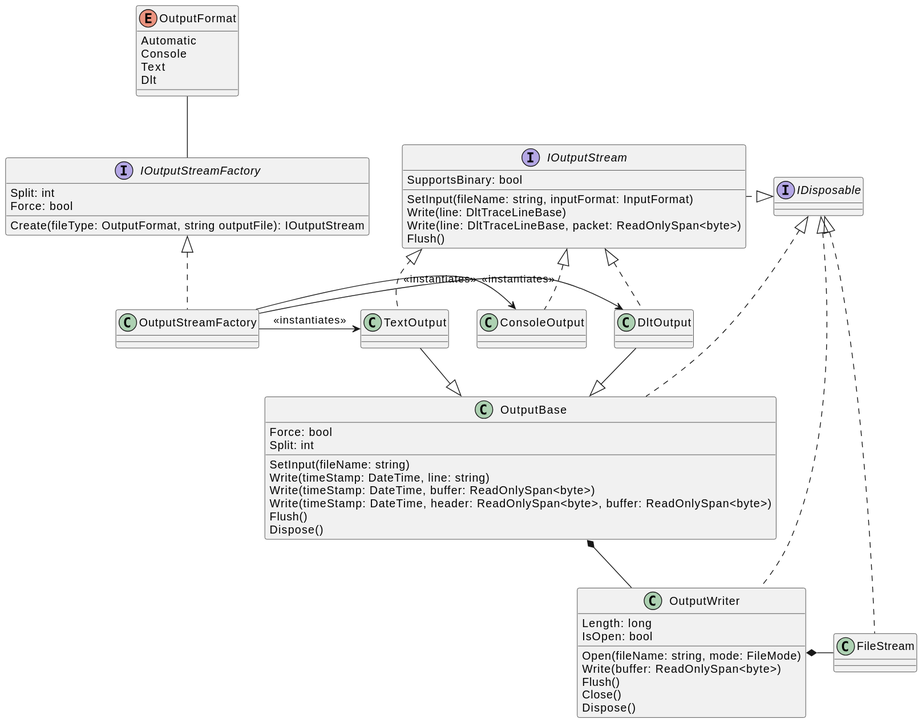
The PlantUML diagram apps/DltDump/docs/out/diagrams/outputstream/Domain.OutputStreamFactory.svg in jcurl/RJCP.DLL.Log, before a commit.
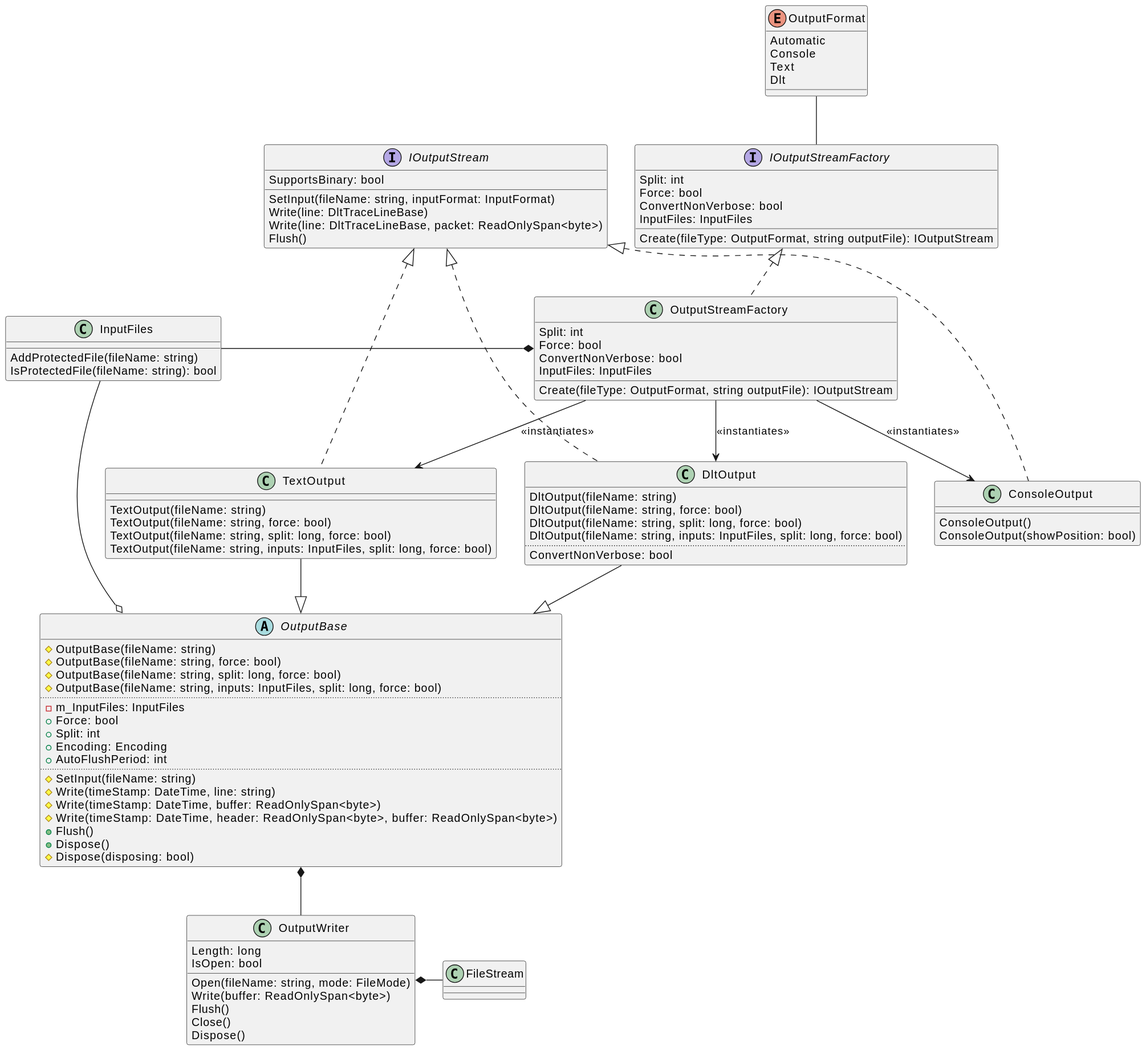
Above is the later version.

Diff of the diagram source:
```diff
@@ -1,5 +1,4 @@
 @startuml
-interface IDisposable
 
 enum OutputFormat {
     Automatic
@@ -11,16 +10,29 @@
 interface IOutputStreamFactory {
     Split: int
     Force: bool
+    ConvertNonVerbose: bool
+    InputFiles: InputFiles
     Create(fileType: OutputFormat, string outputFile): IOutputStream
 }
 
-OutputStreamFactory -r-> DltOutput : <<instantiates>>
-OutputStreamFactory -r-> TextOutput : <<instantiates>>
-OutputStreamFactory -r-> ConsoleOutput : <<instantiates>>
+OutputStreamFactory -d-> DltOutput : <<instantiates>>
+OutputStreamFactory -d-> TextOutput : <<instantiates>>
+OutputStreamFactory -d-> ConsoleOutput : <<instantiates>>
 
 IOutputStreamFactory -u- OutputFormat
 
-class OutputStreamFactory
+class InputFiles {
+    AddProtectedFile(fileName: string)
+    IsProtectedFile(fileName: string): bool
+}
+class OutputStreamFactory {
+    Split: int
+    Force: bool
+    ConvertNonVerbose: bool
+    InputFiles: InputFiles
+    Create(fileType: OutputFormat, string outputFile): IOutputStream
+}
+OutputStreamFactory *-l- InputFiles
 IOutputStreamFactory <|.d. OutputStreamFactory
 
 interface IOutputStream {
@@ -31,26 +43,50 @@
     Flush()
 }
 
-IOutputStream .r.|> IDisposable
 
-class ConsoleOutput
-IOutputStream <|.d. ConsoleOutput
+class ConsoleOutput {
+    ConsoleOutput()
+    ConsoleOutput(showPosition: bool)
+}
+IOutputStream <|.d.. ConsoleOutput
 
-class TextOutput
-IOutputStream <|.d. TextOutput
+class TextOutput {
+    TextOutput(fileName: string)
+    TextOutput(fileName: string, force: bool)
+    TextOutput(fileName: string, split: long, force: bool)
+    TextOutput(fileName: string, inputs: InputFiles, split: long, force: bool)
+}
+IOutputStream <|.d.. TextOutput
 
-class DltOutput
-IOutputStream <|.d. DltOutput
+class DltOutput {
+    DltOutput(fileName: string)
+    DltOutput(fileName: string, force: bool)
+    DltOutput(fileName: string, split: long, force: bool)
+    DltOutput(fileName: string, inputs: InputFiles, split: long, force: bool)
+    ..
+    ConvertNonVerbose: bool
+}
+IOutputStream <|.d.. DltOutput
 
-class OutputBase {
-    Force: bool
-    Split: int
-    SetInput(fileName: string)
-    Write(timeStamp: DateTime, line: string)
-    Write(timeStamp: DateTime, buffer: ReadOnlySpan<byte>)
-    Write(timeStamp: DateTime, header: ReadOnlySpan<byte>, buffer: ReadOnlySpan<byte>)
-    Flush()
-    Dispose()
+abstract class OutputBase {
+    #OutputBase(fileName: string)
+    #OutputBase(fileName: string, force: bool)
+    #OutputBase(fileName: string, split: long, force: bool)
+    #OutputBase(fileName: string, inputs: InputFiles, split: long, force: bool)
+    ..
+    -m_InputFiles: InputFiles
+    +Force: bool
+    +Split: int
+    +Encoding: Encoding
+    +AutoFlushPeriod: int
+    ..
+    #SetInput(fileName: string)
+    #Write(timeStamp: DateTime, line: string)
+    #Write(timeStamp: DateTime, buffer: ReadOnlySpan<byte>)
+    #Write(timeStamp: DateTime, header: ReadOnlySpan<byte>, buffer: ReadOnlySpan<byte>)
+    +Flush()
+    +Dispose()
+    #Dispose(disposing: bool)
 }
 
 class OutputWriter {
@@ -62,13 +98,11 @@
     Close()
     Dispose()
 }
-OutputWriter .u.|> IDisposable
-OutputBase .u.|> IDisposable
+OutputBase o-u- InputFiles
 
 TextOutput -d-|> OutputBase
 DltOutput -d-|> OutputBase
 
 OutputBase *-d- OutputWriter
 OutputWriter *-r- FileStream
-FileStream .u.|> IDisposable
 @enduml
```
